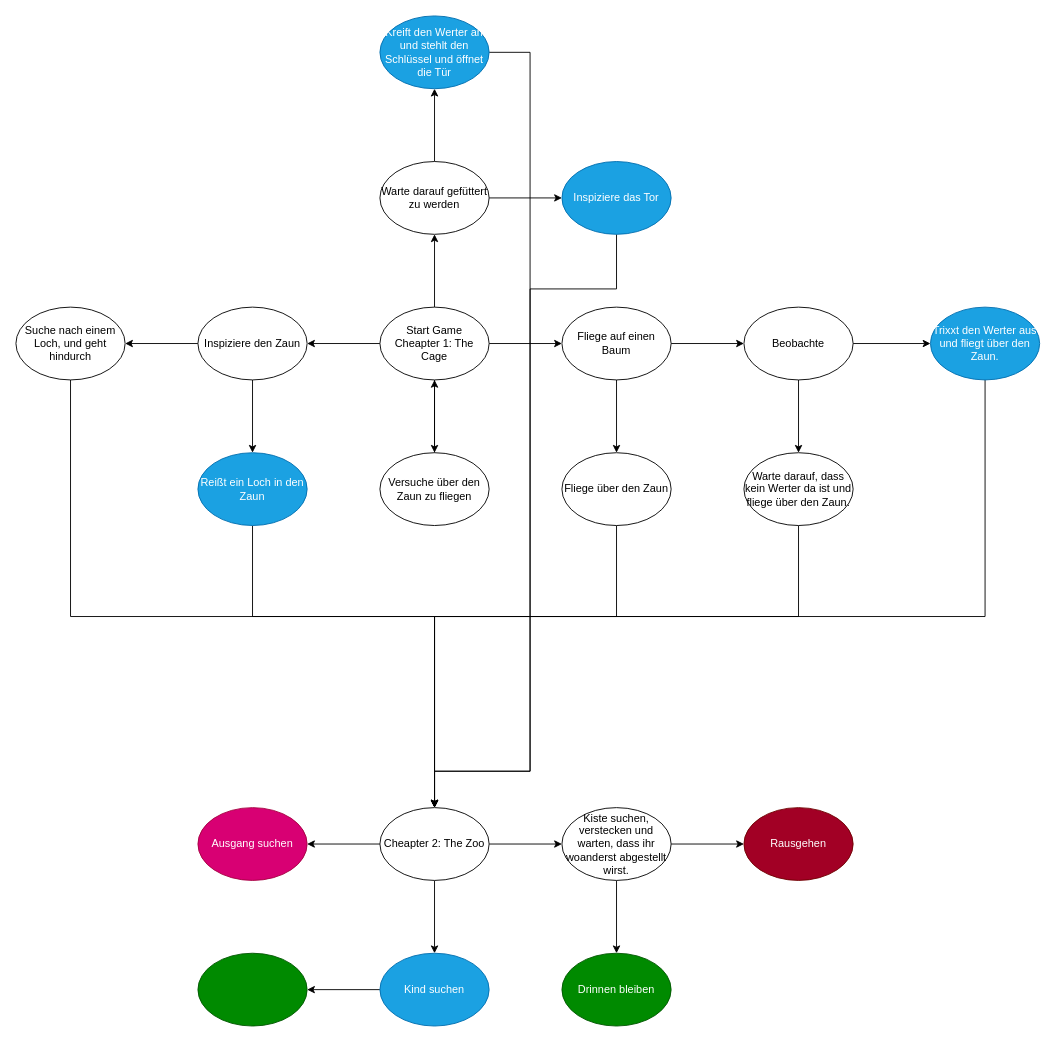
Above: Decision diagram.drawio in JonasLindinger/Duckscape (draw.io), before the change. Source tidied: cells renumbered, new cells numbered last; positions are measured from the earlier drawing's top-left corner, leaving out a move shared by most shapes. Both pictures are drawn from the tidied source at 91%, with x=0, y=0 at pixel (15, 15).
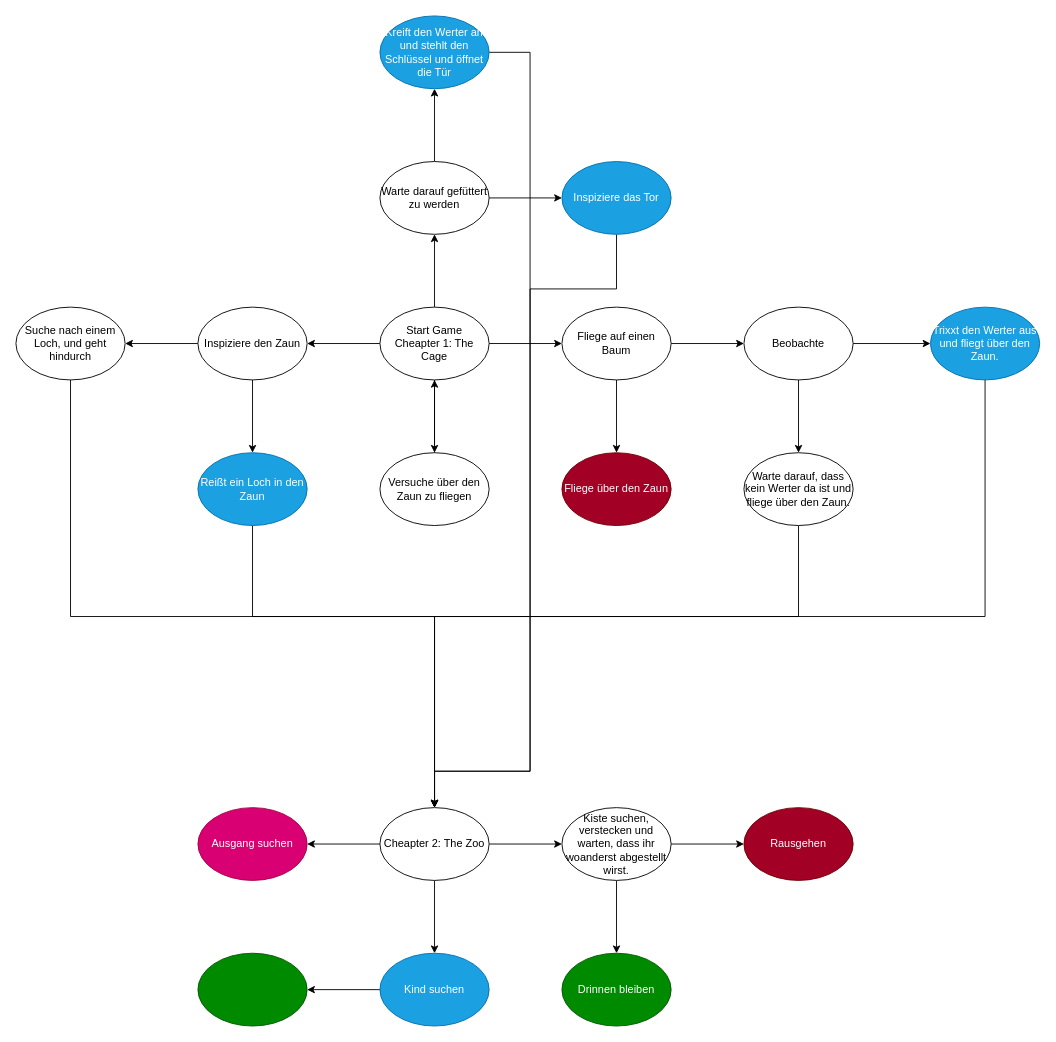
The same page after the edit.

Unchanged cells that the change refers to:
```xml
<mxCell id="38" value="Cheapter 2: The Zoo" style="ellipse;whiteSpace=wrap;html=1;" parent="1" vertex="1">
  <mxGeometry x="400" y="870" width="120" height="80" as="geometry" />
</mxCell>
```

What changed in the source:
```diff
@@
-    <mxCell id="12" style="edgeStyle=orthogonalEdgeStyle;rounded=0;jettySize=auto;html=1;entryX=0.5;entryY=0;entryDx=0;entryDy=0;" parent="1" edge="1" source="13" target="38">
-      <mxGeometry relative="1" as="geometry">
-        <Array as="points">
-          <mxPoint x="660" y="660" />
-          <mxPoint x="460" y="660" />
-        </Array>
-      </mxGeometry>
-    </mxCell>
-    <mxCell id="13" value="Fliege über den Zaun" style="ellipse;whiteSpace=wrap;html=1;" parent="1" vertex="1">
+    <mxCell id="13" value="Fliege über den Zaun" style="ellipse;whiteSpace=wrap;html=1;fillColor=#a20025;fontColor=#ffffff;strokeColor=#6F0000;" parent="1" vertex="1">
       <mxGeometry x="600" y="480" width="120" height="80" as="geometry" />
     </mxCell>
```
